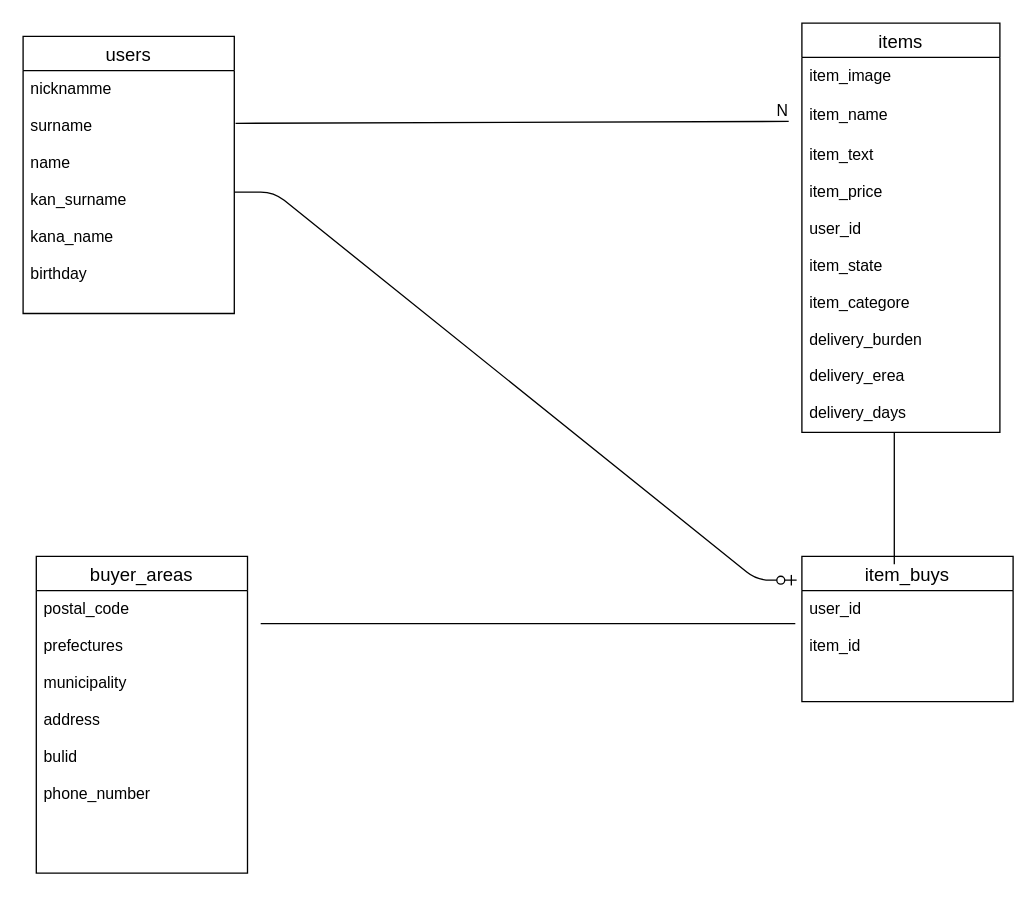
nakanowatari-taiki/furima-33539 keeps this draw.io diagram as furima.dio. Above is the earlier version. Source tidied: cells renumbered, new cells numbered last; positions are measured from the earlier drawing's top-left corner, leaving out a move shared by most shapes. Both pictures are drawn from the tidied source at 132%, with x=0, y=0 at pixel (22, 22).
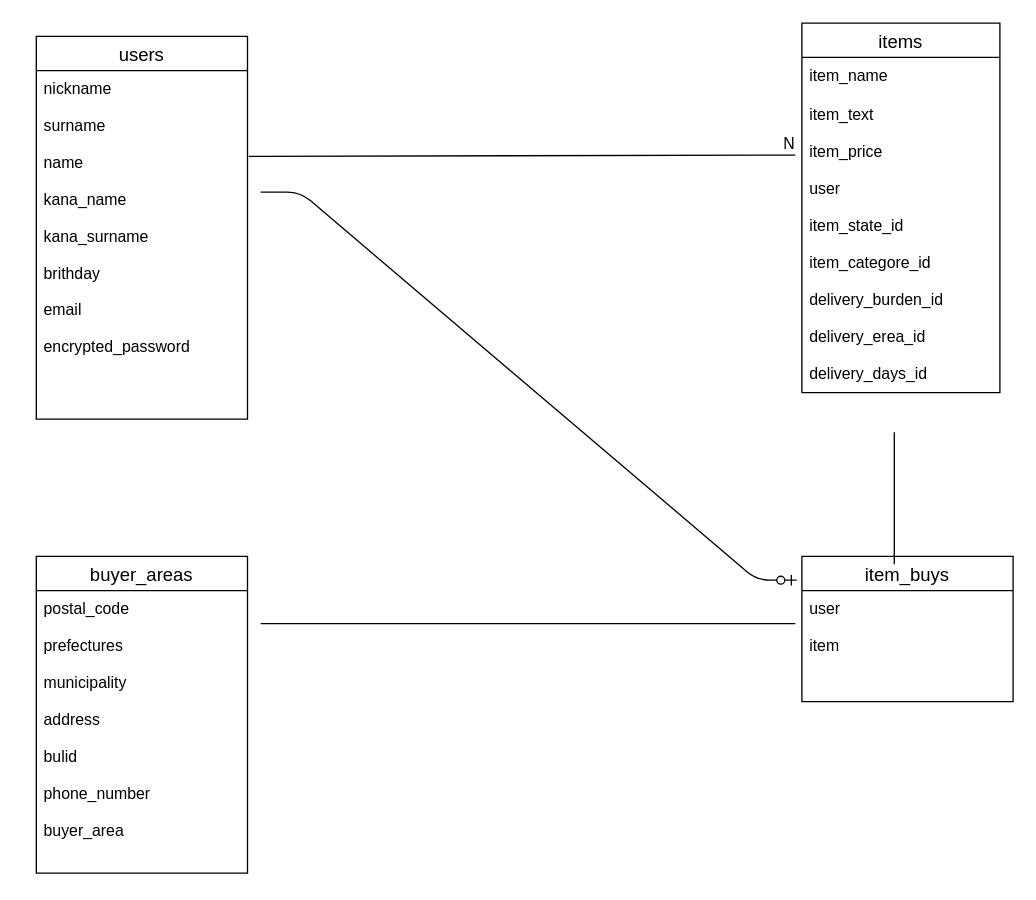
Above is the later version.

What changed in the source:
```diff
@@
 <mxGraphModel>
   <root>
     <mxCell id="0" />
     <mxCell id="1" parent="0" />
-    <mxCell id="2" value="users" style="swimlane;fontStyle=0;horizontal=1;startSize=26;align=center;fontSize=14;" parent="1" vertex="1">
-      <mxGeometry y="10" width="160" height="210" as="geometry" />
-    </mxCell>
-    <mxCell id="3" value="nicknamme&#10;&#10;surname&#10;&#10;name &#10;&#10;kan_surname&#10;&#10;kana_name&#10;&#10;birthday" style="text;strokeColor=none;fillColor=none;spacingLeft=4;spacingRight=4;overflow=hidden;points=[[0,0.5],[1,0.5]];portConstraint=eastwest;fontSize=12;" parent="2" vertex="1">
-      <mxGeometry y="26" width="160" height="184" as="geometry" />
-    </mxCell>
     <mxCell id="4" value="items" style="swimlane;fontStyle=0;horizontal=1;startSize=26;align=center;fontSize=14;" parent="1" vertex="1">
-      <mxGeometry x="590" width="150" height="310" as="geometry" />
+      <mxGeometry x="590" width="150" height="280" as="geometry" />
     </mxCell>
-    <mxCell id="5" value="item_image" style="text;strokeColor=none;fillColor=none;spacingLeft=4;spacingRight=4;overflow=hidden;fontSize=12;" parent="4" vertex="1">
-      <mxGeometry y="26" width="150" height="30" as="geometry" />
-    </mxCell>
     <mxCell id="6" value="item_name" style="text;strokeColor=none;fillColor=none;spacingLeft=4;spacingRight=4;overflow=hidden;fontSize=12;" parent="4" vertex="1">
-      <mxGeometry y="56" width="150" height="30" as="geometry" />
+      <mxGeometry y="26" width="150" height="30" as="geometry" />
     </mxCell>
-    <mxCell id="7" value="item_text&#10;&#10;item_price&#10;&#10;user_id&#10;&#10;item_state&#10;&#10;item_categore&#10;&#10;delivery_burden&#10;&#10;delivery_erea&#10;&#10;delivery_days&#10;&#10;" style="text;strokeColor=none;fillColor=none;spacingLeft=4;spacingRight=4;overflow=hidden;fontSize=12;" parent="4" vertex="1">
-      <mxGeometry y="86" width="150" height="224" as="geometry" />
+    <mxCell id="7" value="item_text&#10;&#10;item_price&#10;&#10;user&#10;&#10;item_state_id&#10;&#10;item_categore_id&#10;&#10;delivery_burden_id&#10;&#10;delivery_erea_id&#10;&#10;delivery_days_id&#10;&#10;" style="text;strokeColor=none;fillColor=none;spacingLeft=4;spacingRight=4;overflow=hidden;fontSize=12;" parent="4" vertex="1">
+      <mxGeometry y="56" width="150" height="224" as="geometry" />
     </mxCell>
-    <mxCell id="8" style="endArrow=none;html=1;rounded=0;exitX=1.006;exitY=0.217;exitDx=0;exitDy=0;exitPerimeter=0;" parent="1" edge="1" source="3">
-      <mxGeometry relative="1" as="geometry">
-        <mxPoint x="580" y="74.5" as="targetPoint" />
-      </mxGeometry>
-    </mxCell>
-    <mxCell id="9" value="N" style="html=1;align=right;verticalAlign=bottom;" parent="8" vertex="1">
-      <mxGeometry x="1" relative="1" as="geometry" />
-    </mxCell>
+    <mxCell id="2" value="users" style="swimlane;fontStyle=0;horizontal=1;startSize=26;align=center;fontSize=14;" parent="1" vertex="1">
+      <mxGeometry x="10" y="10" width="160" height="290" as="geometry" />
+    </mxCell>
+    <mxCell id="17" value="nickname&#10;&#10;surname&#10;&#10;name&#10;&#10;kana_name&#10;&#10;kana_surname&#10;&#10;brithday&#10;&#10;email&#10;&#10;encrypted_password&#10;" style="text;strokeColor=none;fillColor=none;spacingLeft=4;spacingRight=4;overflow=hidden;points=[[0,0.5],[1,0.5]];portConstraint=eastwest;fontSize=12;" parent="2" vertex="1">
+      <mxGeometry y="26" width="160" height="264" as="geometry" />
+    </mxCell>
     <mxCell id="10" value="buyer_areas" style="swimlane;fontStyle=0;horizontal=1;startSize=26;align=center;fontSize=14;" parent="1" vertex="1">
       <mxGeometry x="10" y="404" width="160" height="240" as="geometry" />
     </mxCell>
     <mxCell id="11" value="item_buys" style="swimlane;fontStyle=0;horizontal=1;startSize=26;align=center;fontSize=14;" parent="1" vertex="1">
       <mxGeometry x="590" y="404" width="160" height="110" as="geometry" />
     </mxCell>
-    <mxCell id="12" value="user_id&#10;&#10;item_id" style="text;strokeColor=none;fillColor=none;spacingLeft=4;spacingRight=4;overflow=hidden;fontSize=12;" parent="11" vertex="1">
+    <mxCell id="12" value="user&#10;&#10;item" style="text;strokeColor=none;fillColor=none;spacingLeft=4;spacingRight=4;overflow=hidden;fontSize=12;" parent="11" vertex="1">
       <mxGeometry y="26" width="160" height="84" as="geometry" />
     </mxCell>
-    <mxCell id="13" value="postal_code&#10;&#10;prefectures&#10;&#10;municipality&#10;&#10;address&#10;&#10;bulid&#10;&#10;phone_number" style="text;strokeColor=none;fillColor=none;spacingLeft=4;spacingRight=4;overflow=hidden;fontSize=12;" parent="1" vertex="1">
+    <mxCell id="13" value="postal_code&#10;&#10;prefectures&#10;&#10;municipality&#10;&#10;address&#10;&#10;bulid&#10;&#10;phone_number&#10;&#10;buyer_area" style="text;strokeColor=none;fillColor=none;spacingLeft=4;spacingRight=4;overflow=hidden;fontSize=12;" parent="1" vertex="1">
       <mxGeometry x="10" y="430" width="160" height="214" as="geometry" />
     </mxCell>
     <mxCell id="14" style="line;strokeWidth=1;dashed=0;labelPosition=right;align=left;verticalAlign=middle;spacingTop=0;spacingLeft=6;" parent="1" vertex="1">
       <mxGeometry x="180" y="450" width="405" height="10" as="geometry" />
     </mxCell>
-    <mxCell id="15" style="edgeStyle=entityRelationEdgeStyle;fontSize=12;html=1;endArrow=ERzeroToOne;endFill=1;exitX=1;exitY=0.5;exitDx=0;exitDy=0;entryX=-0.025;entryY=0.164;entryDx=0;entryDy=0;entryPerimeter=0;" parent="1" edge="1" source="3" target="11">
-      <mxGeometry relative="1" as="geometry" />
+    <mxCell id="15" style="edgeStyle=entityRelationEdgeStyle;fontSize=12;html=1;endArrow=ERzeroToOne;endFill=1;entryX=-0.025;entryY=0.164;entryDx=0;entryDy=0;entryPerimeter=0;" parent="1" edge="1" target="11">
+      <mxGeometry relative="1" as="geometry">
+        <mxPoint x="180" y="128" as="sourcePoint" />
+      </mxGeometry>
     </mxCell>
     <mxCell id="16" style="endArrow=none;html=1;rounded=0;" parent="1" edge="1">
       <mxGeometry relative="1" as="geometry">
         <mxPoint x="660" y="410" as="sourcePoint" />
         <mxPoint x="660" y="310" as="targetPoint" />
       </mxGeometry>
     </mxCell>
+    <mxCell id="18" style="endArrow=none;html=1;rounded=0;exitX=1.006;exitY=0.246;exitDx=0;exitDy=0;exitPerimeter=0;" parent="1" edge="1" source="17">
+      <mxGeometry relative="1" as="geometry">
+        <mxPoint x="585" y="100" as="targetPoint" />
+      </mxGeometry>
+    </mxCell>
+    <mxCell id="9" value="N" style="html=1;align=right;verticalAlign=bottom;" parent="18" vertex="1">
+      <mxGeometry x="1" relative="1" as="geometry" />
+    </mxCell>
   </root>
 </mxGraphModel>
```
